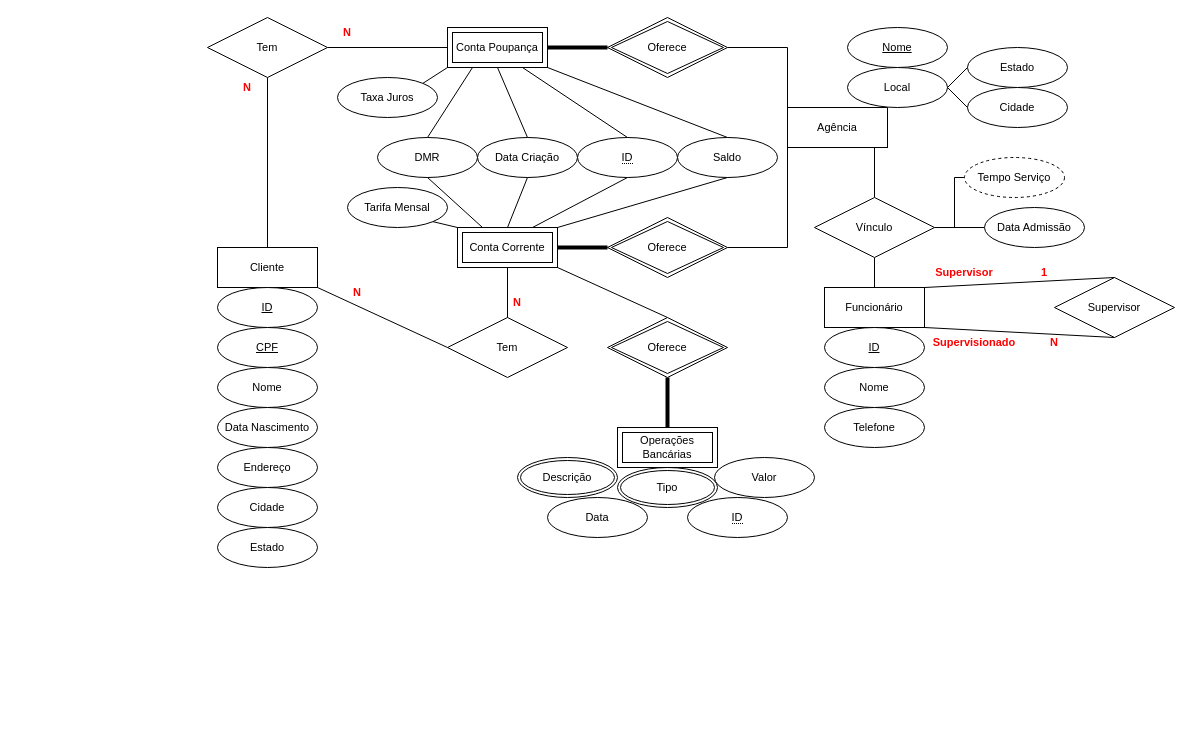
This is Aula 2 - Ex 3.drawio from artfrc/SBD, a draw.io file, before an edit. Source tidied: cells renumbered, new cells numbered last; positions are measured from the earlier drawing's top-left corner, leaving out a move shared by most shapes. Both pictures are drawn from the tidied source at 100%, with x=0, y=0 at pixel (207, 17).
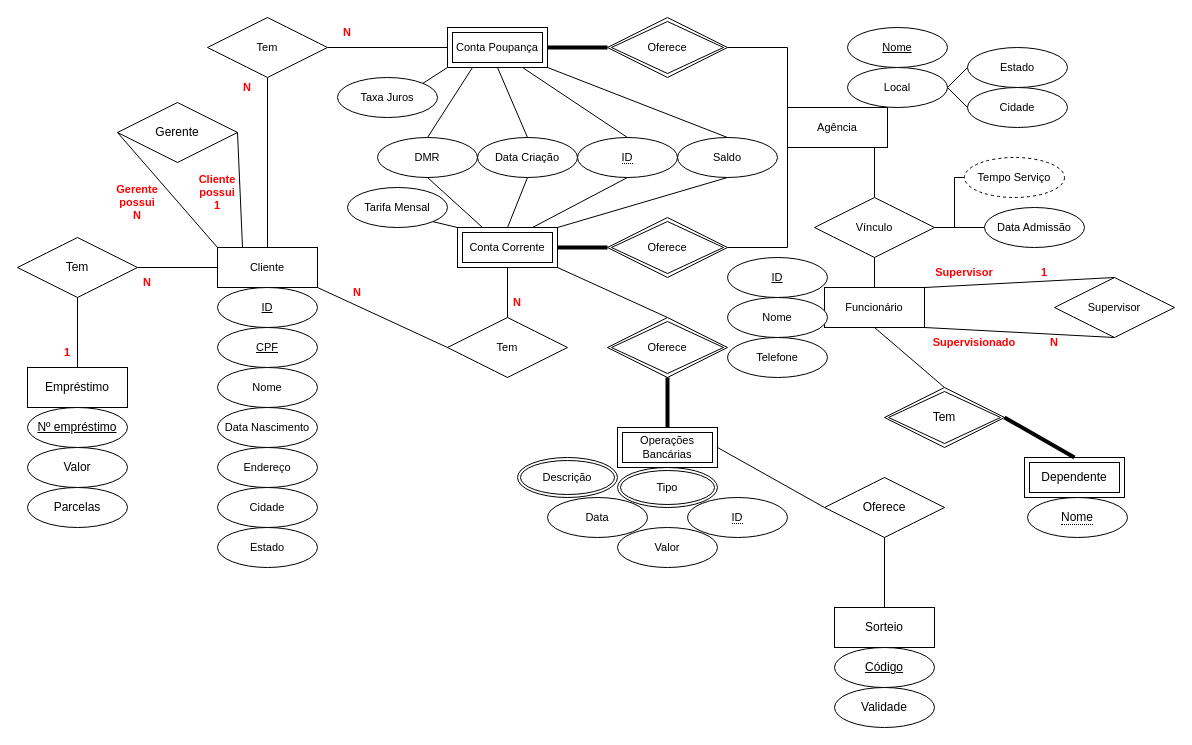
The same diagram, later.

Unchanged cells that the change refers to:
```xml
<mxCell id="11" value="Cliente" style="whiteSpace=wrap;html=1;align=center;fontSize=11;fontColor=#000000;" parent="1" vertex="1">
  <mxGeometry x="10" y="230" width="100" height="40" as="geometry" />
</mxCell>
<mxCell id="19" value="Funcionário" style="whiteSpace=wrap;html=1;align=center;fontSize=11;fontColor=#000000;" parent="1" vertex="1">
  <mxGeometry x="617" y="270" width="100" height="40" as="geometry" />
</mxCell>
<mxCell id="75" value="Operações Bancárias" style="shape=ext;margin=3;double=1;whiteSpace=wrap;html=1;align=center;fontSize=11;fontColor=#000000;" parent="1" vertex="1">
  <mxGeometry x="410" y="410" width="100" height="40" as="geometry" />
</mxCell>
```

Change to the diagram source:
```diff
@@
     <mxCell id="20" value="ID" style="ellipse;whiteSpace=wrap;html=1;align=center;fontStyle=4;fontSize=11;fontColor=#000000;" parent="1" vertex="1">
-      <mxGeometry x="617" y="310" width="100" height="40" as="geometry" />
+      <mxGeometry x="520" y="240" width="100" height="40" as="geometry" />
     </mxCell>
     <mxCell id="21" value="Nome" style="ellipse;whiteSpace=wrap;html=1;align=center;fontSize=11;fontColor=#000000;" parent="1" vertex="1">
-      <mxGeometry x="617" y="350" width="100" height="40" as="geometry" />
+      <mxGeometry x="520" y="280" width="100" height="40" as="geometry" />
     </mxCell>
     <mxCell id="22" value="Telefone" style="ellipse;whiteSpace=wrap;html=1;align=center;fontSize=11;fontColor=#000000;" parent="1" vertex="1">
-      <mxGeometry x="617" y="390" width="100" height="40" as="geometry" />
+      <mxGeometry x="520" y="320" width="100" height="40" as="geometry" />
     </mxCell>
@@
     <mxCell id="73" value="Valor" style="ellipse;whiteSpace=wrap;html=1;align=center;fontSize=11;fontColor=#000000;" parent="1" vertex="1">
-      <mxGeometry x="507" y="440" width="100" height="40" as="geometry" />
+      <mxGeometry x="410" y="510" width="100" height="40" as="geometry" />
     </mxCell>
@@
+    <mxCell id="78" style="endArrow=none;html=1;rounded=0;exitX=0;exitY=0.5;exitDx=0;exitDy=0;" parent="1" edge="1" source="11">
+      <mxGeometry relative="1" as="geometry">
+        <mxPoint x="-70" y="250" as="targetPoint" />
+      </mxGeometry>
+    </mxCell>
+    <mxCell id="79" style="edgeStyle=orthogonalEdgeStyle;rounded=0;jettySize=auto;html=1;exitX=0.5;exitY=1;exitDx=0;exitDy=0;entryX=0.5;entryY=0;entryDx=0;entryDy=0;endArrow=none;endFill=0;" parent="1" edge="1" source="80" target="81">
+      <mxGeometry relative="1" as="geometry" />
+    </mxCell>
+    <mxCell id="80" value="Tem" style="shape=rhombus;perimeter=rhombusPerimeter;whiteSpace=wrap;html=1;align=center;" parent="1" vertex="1">
+      <mxGeometry x="-190" y="220" width="120" height="60" as="geometry" />
+    </mxCell>
+    <mxCell id="81" value="Empréstimo" style="whiteSpace=wrap;html=1;align=center;" parent="1" vertex="1">
+      <mxGeometry x="-180" y="350" width="100" height="40" as="geometry" />
+    </mxCell>
+    <mxCell id="82" value="Nº empréstimo" style="ellipse;whiteSpace=wrap;html=1;align=center;fontStyle=4;" parent="1" vertex="1">
+      <mxGeometry x="-180" y="390" width="100" height="40" as="geometry" />
+    </mxCell>
+    <mxCell id="83" value="Valor" style="ellipse;whiteSpace=wrap;html=1;align=center;" parent="1" vertex="1">
+      <mxGeometry x="-180" y="430" width="100" height="40" as="geometry" />
+    </mxCell>
+    <mxCell id="84" value="Parcelas" style="ellipse;whiteSpace=wrap;html=1;align=center;" parent="1" vertex="1">
+      <mxGeometry x="-180" y="470" width="100" height="40" as="geometry" />
+    </mxCell>
+    <mxCell id="85" value="&lt;b&gt;&lt;font color=&quot;#ff0000&quot;&gt;1&lt;/font&gt;&lt;/b&gt;" style="text;html=1;strokeColor=none;fillColor=none;align=center;verticalAlign=middle;whiteSpace=wrap;rounded=0;fontSize=11;fontColor=#000000;" parent="1" vertex="1">
+      <mxGeometry x="-170" y="320" width="60" height="30" as="geometry" />
+    </mxCell>
+    <mxCell id="86" value="&lt;b&gt;&lt;font color=&quot;#ff0000&quot;&gt;N&lt;/font&gt;&lt;/b&gt;" style="text;html=1;strokeColor=none;fillColor=none;align=center;verticalAlign=middle;whiteSpace=wrap;rounded=0;fontSize=11;fontColor=#000000;" parent="1" vertex="1">
+      <mxGeometry x="-90" y="250" width="60" height="30" as="geometry" />
+    </mxCell>
+    <mxCell id="87" value="Oferece" style="shape=rhombus;perimeter=rhombusPerimeter;whiteSpace=wrap;html=1;align=center;" parent="1" vertex="1">
+      <mxGeometry x="617" y="460" width="120" height="60" as="geometry" />
+    </mxCell>
+    <mxCell id="88" style="endArrow=none;html=1;rounded=0;entryX=1;entryY=0.5;entryDx=0;entryDy=0;exitX=0;exitY=0.5;exitDx=0;exitDy=0;" parent="1" edge="1" source="87" target="75">
+      <mxGeometry relative="1" as="geometry" />
+    </mxCell>
+    <mxCell id="89" value="Sorteio" style="whiteSpace=wrap;html=1;align=center;" parent="1" vertex="1">
+      <mxGeometry x="627" y="590" width="100" height="40" as="geometry" />
+    </mxCell>
+    <mxCell id="90" style="endArrow=none;html=1;rounded=0;entryX=0.5;entryY=1;entryDx=0;entryDy=0;exitX=0.5;exitY=0;exitDx=0;exitDy=0;" parent="1" edge="1" source="89" target="87">
+      <mxGeometry relative="1" as="geometry" />
+    </mxCell>
+    <mxCell id="91" value="Código" style="ellipse;whiteSpace=wrap;html=1;align=center;fontStyle=4;" parent="1" vertex="1">
+      <mxGeometry x="627" y="630" width="100" height="40" as="geometry" />
+    </mxCell>
+    <mxCell id="92" value="Validade" style="ellipse;whiteSpace=wrap;html=1;align=center;" parent="1" vertex="1">
+      <mxGeometry x="627" y="670" width="100" height="40" as="geometry" />
+    </mxCell>
+    <mxCell id="93" value="Gerente" style="shape=rhombus;perimeter=rhombusPerimeter;whiteSpace=wrap;html=1;align=center;" parent="1" vertex="1">
+      <mxGeometry x="-90" y="85" width="120" height="60" as="geometry" />
+    </mxCell>
+    <mxCell id="94" style="endArrow=none;html=1;rounded=0;exitX=1;exitY=0.5;exitDx=0;exitDy=0;entryX=0.25;entryY=0;entryDx=0;entryDy=0;" parent="1" edge="1" source="93" target="11">
+      <mxGeometry relative="1" as="geometry" />
+    </mxCell>
+    <mxCell id="95" value="&lt;b&gt;&lt;font color=&quot;#ff0000&quot;&gt;Cliente possui&lt;br&gt;1&lt;br&gt;&lt;/font&gt;&lt;/b&gt;" style="text;html=1;strokeColor=none;fillColor=none;align=center;verticalAlign=middle;whiteSpace=wrap;rounded=0;fontSize=11;fontColor=#000000;" parent="1" vertex="1">
+      <mxGeometry x="-20" y="160" width="60" height="30" as="geometry" />
+    </mxCell>
+    <mxCell id="96" style="endArrow=none;html=1;rounded=0;entryX=0;entryY=0;entryDx=0;entryDy=0;exitX=0;exitY=0.5;exitDx=0;exitDy=0;" parent="1" edge="1" source="93" target="11">
+      <mxGeometry relative="1" as="geometry" />
+    </mxCell>
+    <mxCell id="97" value="&lt;b&gt;&lt;font color=&quot;#ff0000&quot;&gt;Gerente possui&lt;br&gt;N&lt;br&gt;&lt;/font&gt;&lt;/b&gt;" style="text;html=1;strokeColor=none;fillColor=none;align=center;verticalAlign=middle;whiteSpace=wrap;rounded=0;fontSize=11;fontColor=#000000;" parent="1" vertex="1">
+      <mxGeometry x="-100" y="170" width="60" height="30" as="geometry" />
+    </mxCell>
+    <mxCell id="98" value="Tem" style="shape=rhombus;double=1;perimeter=rhombusPerimeter;whiteSpace=wrap;html=1;align=center;" parent="1" vertex="1">
+      <mxGeometry x="677" y="370" width="120" height="60" as="geometry" />
+    </mxCell>
+    <mxCell id="99" style="endArrow=none;html=1;rounded=0;entryX=0.5;entryY=1;entryDx=0;entryDy=0;exitX=0.5;exitY=0;exitDx=0;exitDy=0;strokeWidth=1;" parent="1" edge="1" source="98" target="19">
+      <mxGeometry relative="1" as="geometry" />
+    </mxCell>
+    <mxCell id="100" value="Dependente" style="shape=ext;margin=3;double=1;whiteSpace=wrap;html=1;align=center;" parent="1" vertex="1">
+      <mxGeometry x="817" y="440" width="100" height="40" as="geometry" />
+    </mxCell>
+    <mxCell id="101" style="endArrow=none;html=1;rounded=0;entryX=1;entryY=0.5;entryDx=0;entryDy=0;exitX=0.5;exitY=0;exitDx=0;exitDy=0;strokeWidth=4;" parent="1" edge="1" source="100" target="98">
+      <mxGeometry relative="1" as="geometry" />
+    </mxCell>
+    <mxCell id="102" value="&lt;span style=&quot;border-bottom: 1px dotted&quot;&gt;Nome&lt;/span&gt;" style="ellipse;whiteSpace=wrap;html=1;align=center;" parent="1" vertex="1">
+      <mxGeometry x="820" y="480" width="100" height="40" as="geometry" />
+    </mxCell>
```
